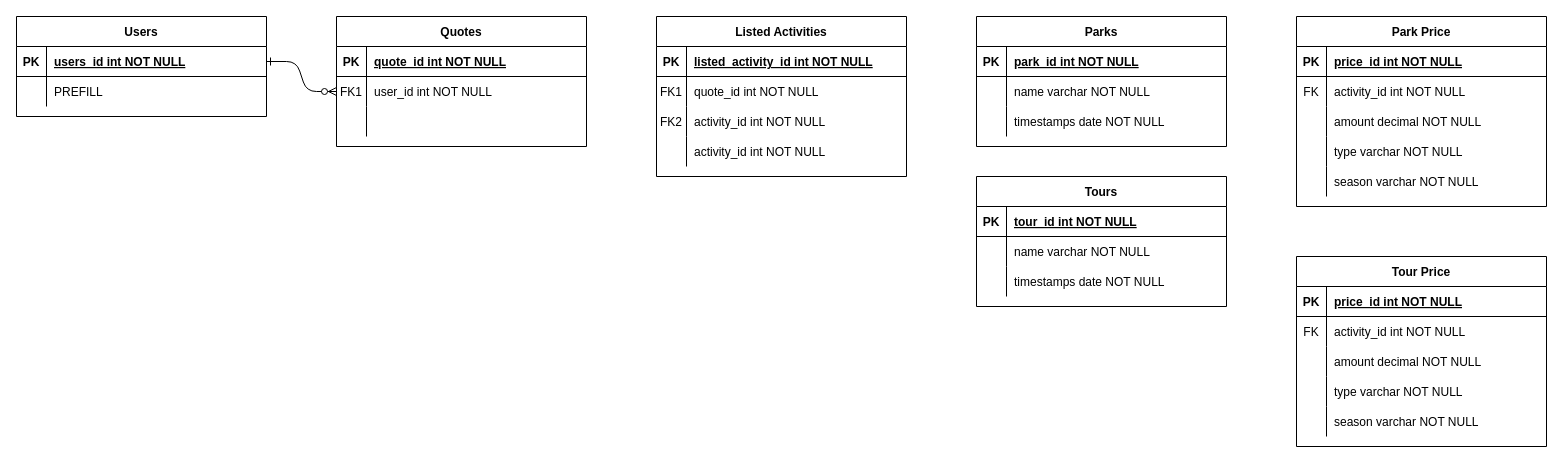
Pcbtroniks/quote keeps this draw.io diagram as Diagrama sin título.drawio. Above is the earlier version. Source tidied: cells renumbered, new cells numbered last; positions are measured from the earlier drawing's top-left corner, leaving out a move shared by most shapes. Both pictures are drawn from the tidied source at 100%, with x=0, y=0 at pixel (16, 16).
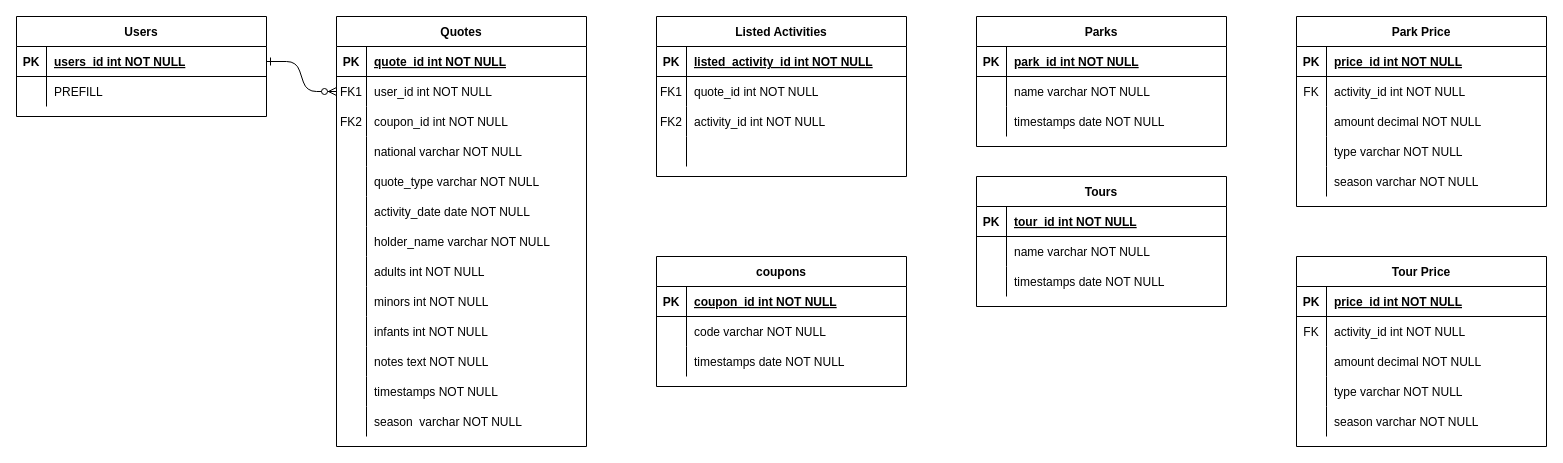
The same diagram, later.

Unchanged cells that the change refers to:
```xml
<mxCell id="82" style="shape=partialRectangle;fillColor=none;top=0;left=0;right=0;bottom=0;" parent="72" vertex="1">
  <mxGeometry y="120" width="250" height="30" as="geometry" />
</mxCell>
```

Diff of the diagram source:
```diff
@@
     <mxCell id="3" value="Quotes" style="shape=table;startSize=30;childLayout=tableLayout;rowLines=0;fontStyle=1;align=center;" parent="1" vertex="1">
-      <mxGeometry x="320" width="250" height="130" as="geometry" />
+      <mxGeometry x="320" width="250" height="430" as="geometry" />
     </mxCell>
@@
+    <mxCell id="85" style="shape=partialRectangle;fillColor=none;top=0;left=0;right=0;bottom=0;" parent="3" vertex="1">
+      <mxGeometry y="90" width="250" height="30" as="geometry" />
+    </mxCell>
+    <mxCell id="86" value="FK2" style="shape=partialRectangle;overflow=hidden;fillColor=none;top=0;left=0;bottom=0;right=0;" parent="85" vertex="1">
+      <mxGeometry width="30" height="30" as="geometry" />
+    </mxCell>
+    <mxCell id="87" value="coupon_id int NOT NULL" style="shape=partialRectangle;overflow=hidden;fillColor=none;top=0;left=0;bottom=0;right=0;align=left;spacingLeft=6;" parent="85" vertex="1">
+      <mxGeometry x="30" width="220" height="30" as="geometry" />
+    </mxCell>
     <mxCell id="10" style="shape=partialRectangle;fillColor=none;top=0;left=0;right=0;bottom=0;" parent="3" vertex="1">
-      <mxGeometry y="90" width="250" height="30" as="geometry" />
+      <mxGeometry y="120" width="250" height="30" as="geometry" />
     </mxCell>
@@
-    <mxCell id="12" style="shape=partialRectangle;overflow=hidden;fillColor=none;top=0;left=0;bottom=0;right=0;align=left;spacingLeft=6;" parent="10" vertex="1">
+    <mxCell id="12" value="national varchar NOT NULL" style="shape=partialRectangle;overflow=hidden;fillColor=none;top=0;left=0;bottom=0;right=0;align=left;spacingLeft=6;" parent="10" vertex="1">
       <mxGeometry x="30" width="220" height="30" as="geometry" />
     </mxCell>
+    <mxCell id="88" style="shape=partialRectangle;fillColor=none;top=0;left=0;right=0;bottom=0;" parent="3" vertex="1">
+      <mxGeometry y="150" width="250" height="30" as="geometry" />
+    </mxCell>
+    <mxCell id="89" style="shape=partialRectangle;overflow=hidden;fillColor=none;top=0;left=0;bottom=0;right=0;" parent="88" vertex="1">
+      <mxGeometry width="30" height="30" as="geometry" />
+    </mxCell>
+    <mxCell id="90" value="quote_type varchar NOT NULL" style="shape=partialRectangle;overflow=hidden;fillColor=none;top=0;left=0;bottom=0;right=0;align=left;spacingLeft=6;" parent="88" vertex="1">
+      <mxGeometry x="30" width="220" height="30" as="geometry" />
+    </mxCell>
+    <mxCell id="91" style="shape=partialRectangle;fillColor=none;top=0;left=0;right=0;bottom=0;" parent="3" vertex="1">
+      <mxGeometry y="180" width="250" height="30" as="geometry" />
+    </mxCell>
+    <mxCell id="92" style="shape=partialRectangle;overflow=hidden;fillColor=none;top=0;left=0;bottom=0;right=0;" parent="91" vertex="1">
+      <mxGeometry width="30" height="30" as="geometry" />
+    </mxCell>
+    <mxCell id="93" value="activity_date date NOT NULL" style="shape=partialRectangle;overflow=hidden;fillColor=none;top=0;left=0;bottom=0;right=0;align=left;spacingLeft=6;" parent="91" vertex="1">
+      <mxGeometry x="30" width="220" height="30" as="geometry" />
+    </mxCell>
+    <mxCell id="94" style="shape=partialRectangle;fillColor=none;top=0;left=0;right=0;bottom=0;" parent="3" vertex="1">
+      <mxGeometry y="210" width="250" height="30" as="geometry" />
+    </mxCell>
+    <mxCell id="95" style="shape=partialRectangle;overflow=hidden;fillColor=none;top=0;left=0;bottom=0;right=0;" parent="94" vertex="1">
+      <mxGeometry width="30" height="30" as="geometry" />
+    </mxCell>
+    <mxCell id="96" value="holder_name varchar NOT NULL" style="shape=partialRectangle;overflow=hidden;fillColor=none;top=0;left=0;bottom=0;right=0;align=left;spacingLeft=6;" parent="94" vertex="1">
+      <mxGeometry x="30" width="220" height="30" as="geometry" />
+    </mxCell>
+    <mxCell id="97" style="shape=partialRectangle;fillColor=none;top=0;left=0;right=0;bottom=0;" parent="3" vertex="1">
+      <mxGeometry y="240" width="250" height="30" as="geometry" />
+    </mxCell>
+    <mxCell id="98" style="shape=partialRectangle;overflow=hidden;fillColor=none;top=0;left=0;bottom=0;right=0;" parent="97" vertex="1">
+      <mxGeometry width="30" height="30" as="geometry" />
+    </mxCell>
+    <mxCell id="99" value="adults int NOT NULL" style="shape=partialRectangle;overflow=hidden;fillColor=none;top=0;left=0;bottom=0;right=0;align=left;spacingLeft=6;" parent="97" vertex="1">
+      <mxGeometry x="30" width="220" height="30" as="geometry" />
+    </mxCell>
+    <mxCell id="100" style="shape=partialRectangle;fillColor=none;top=0;left=0;right=0;bottom=0;" parent="3" vertex="1">
+      <mxGeometry y="270" width="250" height="30" as="geometry" />
+    </mxCell>
+    <mxCell id="101" style="shape=partialRectangle;overflow=hidden;fillColor=none;top=0;left=0;bottom=0;right=0;" parent="100" vertex="1">
+      <mxGeometry width="30" height="30" as="geometry" />
+    </mxCell>
+    <mxCell id="102" value="minors int NOT NULL" style="shape=partialRectangle;overflow=hidden;fillColor=none;top=0;left=0;bottom=0;right=0;align=left;spacingLeft=6;" parent="100" vertex="1">
+      <mxGeometry x="30" width="220" height="30" as="geometry" />
+    </mxCell>
+    <mxCell id="103" style="shape=partialRectangle;fillColor=none;top=0;left=0;right=0;bottom=0;" parent="3" vertex="1">
+      <mxGeometry y="300" width="250" height="30" as="geometry" />
+    </mxCell>
+    <mxCell id="104" style="shape=partialRectangle;overflow=hidden;fillColor=none;top=0;left=0;bottom=0;right=0;" parent="103" vertex="1">
+      <mxGeometry width="30" height="30" as="geometry" />
+    </mxCell>
+    <mxCell id="105" value="infants int NOT NULL" style="shape=partialRectangle;overflow=hidden;fillColor=none;top=0;left=0;bottom=0;right=0;align=left;spacingLeft=6;" parent="103" vertex="1">
+      <mxGeometry x="30" width="220" height="30" as="geometry" />
+    </mxCell>
+    <mxCell id="106" style="shape=partialRectangle;fillColor=none;top=0;left=0;right=0;bottom=0;" parent="3" vertex="1">
+      <mxGeometry y="330" width="250" height="30" as="geometry" />
+    </mxCell>
+    <mxCell id="107" style="shape=partialRectangle;overflow=hidden;fillColor=none;top=0;left=0;bottom=0;right=0;" parent="106" vertex="1">
+      <mxGeometry width="30" height="30" as="geometry" />
+    </mxCell>
+    <mxCell id="108" value="notes text NOT NULL" style="shape=partialRectangle;overflow=hidden;fillColor=none;top=0;left=0;bottom=0;right=0;align=left;spacingLeft=6;" parent="106" vertex="1">
+      <mxGeometry x="30" width="220" height="30" as="geometry" />
+    </mxCell>
+    <mxCell id="109" style="shape=partialRectangle;fillColor=none;top=0;left=0;right=0;bottom=0;" parent="3" vertex="1">
+      <mxGeometry y="360" width="250" height="30" as="geometry" />
+    </mxCell>
+    <mxCell id="110" style="shape=partialRectangle;overflow=hidden;fillColor=none;top=0;left=0;bottom=0;right=0;" parent="109" vertex="1">
+      <mxGeometry width="30" height="30" as="geometry" />
+    </mxCell>
+    <mxCell id="111" value="timestamps NOT NULL" style="shape=partialRectangle;overflow=hidden;fillColor=none;top=0;left=0;bottom=0;right=0;align=left;spacingLeft=6;" parent="109" vertex="1">
+      <mxGeometry x="30" width="220" height="30" as="geometry" />
+    </mxCell>
+    <mxCell id="112" style="shape=partialRectangle;fillColor=none;top=0;left=0;right=0;bottom=0;" parent="3" vertex="1">
+      <mxGeometry y="390" width="250" height="30" as="geometry" />
+    </mxCell>
+    <mxCell id="113" style="shape=partialRectangle;overflow=hidden;fillColor=none;top=0;left=0;bottom=0;right=0;" parent="112" vertex="1">
+      <mxGeometry width="30" height="30" as="geometry" />
+    </mxCell>
+    <mxCell id="114" value="season  varchar NOT NULL" style="shape=partialRectangle;overflow=hidden;fillColor=none;top=0;left=0;bottom=0;right=0;align=left;spacingLeft=6;" parent="112" vertex="1">
+      <mxGeometry x="30" width="220" height="30" as="geometry" />
+    </mxCell>
@@
-    <mxCell id="84" value="activity_id int NOT NULL" style="shape=partialRectangle;overflow=hidden;fillColor=none;top=0;left=0;bottom=0;right=0;align=left;spacingLeft=6;" parent="82" vertex="1">
+    <mxCell id="84" style="shape=partialRectangle;overflow=hidden;fillColor=none;top=0;left=0;bottom=0;right=0;align=left;spacingLeft=6;" parent="82" vertex="1">
       <mxGeometry x="30" width="220" height="30" as="geometry" />
     </mxCell>
+    <mxCell id="115" value="coupons" style="shape=table;startSize=30;childLayout=tableLayout;rowLines=0;fontStyle=1;align=center;" parent="1" vertex="1">
+      <mxGeometry x="640" y="240" width="250" height="130" as="geometry" />
+    </mxCell>
+    <mxCell id="116" style="shape=partialRectangle;fillColor=none;top=0;left=0;right=0;bottom=1;" parent="115" vertex="1">
+      <mxGeometry y="30" width="250" height="30" as="geometry" />
+    </mxCell>
+    <mxCell id="117" value="PK" style="shape=partialRectangle;overflow=hidden;fillColor=none;top=0;left=0;bottom=0;right=0;fontStyle=1;" parent="116" vertex="1">
+      <mxGeometry width="30" height="30" as="geometry" />
+    </mxCell>
+    <mxCell id="118" value="coupon_id int NOT NULL " style="shape=partialRectangle;overflow=hidden;fillColor=none;top=0;left=0;bottom=0;right=0;align=left;spacingLeft=6;fontStyle=5;" parent="116" vertex="1">
+      <mxGeometry x="30" width="220" height="30" as="geometry" />
+    </mxCell>
+    <mxCell id="119" style="shape=partialRectangle;fillColor=none;top=0;left=0;right=0;bottom=0;" parent="115" vertex="1">
+      <mxGeometry y="60" width="250" height="30" as="geometry" />
+    </mxCell>
+    <mxCell id="120" style="shape=partialRectangle;overflow=hidden;fillColor=none;top=0;left=0;bottom=0;right=0;" parent="119" vertex="1">
+      <mxGeometry width="30" height="30" as="geometry" />
+    </mxCell>
+    <mxCell id="121" value="code varchar NOT NULL" style="shape=partialRectangle;overflow=hidden;fillColor=none;top=0;left=0;bottom=0;right=0;align=left;spacingLeft=6;" parent="119" vertex="1">
+      <mxGeometry x="30" width="220" height="30" as="geometry" />
+    </mxCell>
+    <mxCell id="122" style="shape=partialRectangle;fillColor=none;top=0;left=0;right=0;bottom=0;" parent="115" vertex="1">
+      <mxGeometry y="90" width="250" height="30" as="geometry" />
+    </mxCell>
+    <mxCell id="123" style="shape=partialRectangle;overflow=hidden;fillColor=none;top=0;left=0;bottom=0;right=0;" parent="122" vertex="1">
+      <mxGeometry width="30" height="30" as="geometry" />
+    </mxCell>
+    <mxCell id="124" value="timestamps date NOT NULL" style="shape=partialRectangle;overflow=hidden;fillColor=none;top=0;left=0;bottom=0;right=0;align=left;spacingLeft=6;" parent="122" vertex="1">
+      <mxGeometry x="30" width="220" height="30" as="geometry" />
+    </mxCell>
```
